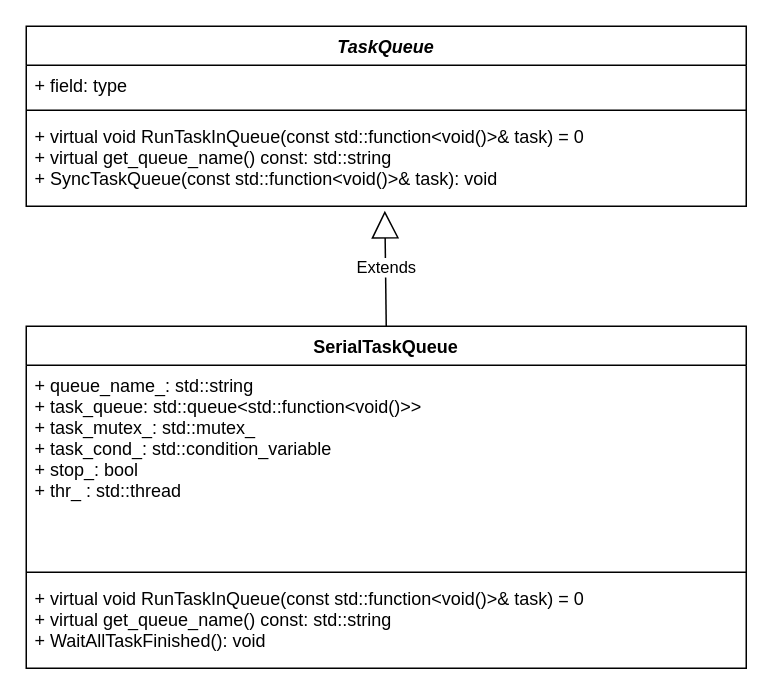
This is img/TaskQueue.drawio from zll600/water, a draw.io file, before an edit. Source tidied: cells renumbered, new cells numbered last; positions are measured from the earlier drawing's top-left corner, leaving out a move shared by most shapes. Both pictures are drawn from the tidied source at 150%, with x=0, y=0 at pixel (26, 26).
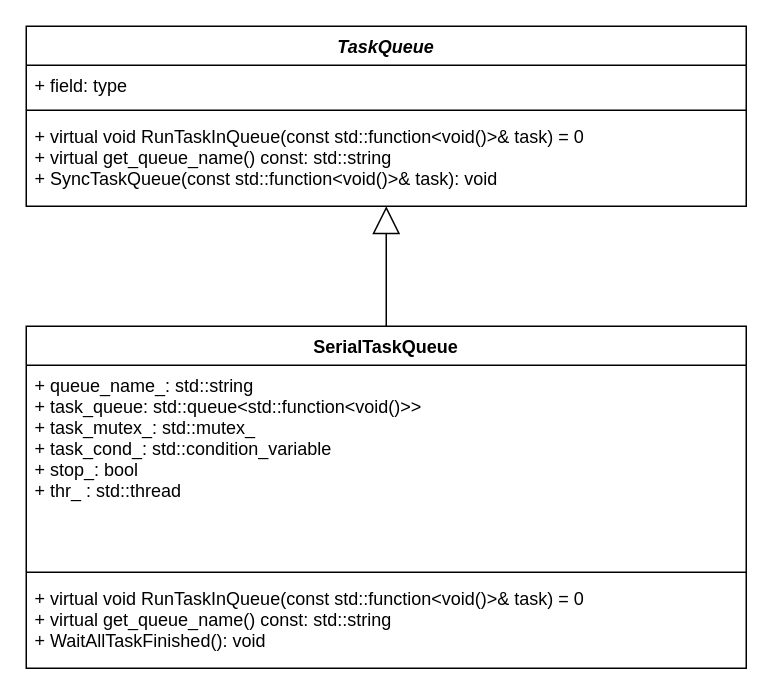
After the change.

The edit, as a diff of the source:
```diff
@@
 <mxGraphModel>
   <root>
     <mxCell id="0" />
     <mxCell id="1" parent="0" />
     <mxCell id="2" value="TaskQueue" style="swimlane;fontStyle=3;align=center;verticalAlign=top;horizontal=1;startSize=26;" parent="1" vertex="1">
       <mxGeometry width="480" height="120" as="geometry" />
     </mxCell>
     <mxCell id="3" value="+ field: type" style="text;strokeColor=none;fillColor=none;align=left;verticalAlign=top;spacingLeft=4;spacingRight=4;overflow=hidden;" parent="2" vertex="1">
       <mxGeometry y="26" width="480" height="26" as="geometry" />
     </mxCell>
     <mxCell id="4" style="line;strokeWidth=1;fillColor=none;align=left;verticalAlign=middle;spacingTop=-1;spacingLeft=3;spacingRight=3;labelPosition=right;" parent="2" vertex="1">
       <mxGeometry y="52" width="480" height="8" as="geometry" />
     </mxCell>
     <mxCell id="5" value="+ virtual void RunTaskInQueue(const std::function&lt;void()&gt;&amp; task) = 0&#10;+ virtual get_queue_name() const: std::string&#10;+ SyncTaskQueue(const std::function&lt;void()&gt;&amp; task): void&#10;" style="text;strokeColor=none;fillColor=none;align=left;verticalAlign=top;spacingLeft=4;spacingRight=4;overflow=hidden;points=[[0,0.5],[1,0.5]];portConstraint=eastwest;" parent="2" vertex="1">
       <mxGeometry y="60" width="480" height="60" as="geometry" />
     </mxCell>
     <mxCell id="6" value="SerialTaskQueue" style="swimlane;fontStyle=1;align=center;verticalAlign=top;horizontal=1;startSize=26;" parent="1" vertex="1">
       <mxGeometry y="200" width="480" height="228" as="geometry" />
     </mxCell>
     <mxCell id="7" value="+ queue_name_: std::string&#10;+ task_queue: std::queue&lt;std::function&lt;void()&gt;&gt;&#10;+ task_mutex_: std::mutex_&#10;+ task_cond_: std::condition_variable&#10;+ stop_: bool&#10;+ thr_ : std::thread&#10;" style="text;strokeColor=none;fillColor=none;align=left;verticalAlign=top;spacingLeft=4;spacingRight=4;overflow=hidden;" parent="6" vertex="1">
       <mxGeometry y="26" width="480" height="134" as="geometry" />
     </mxCell>
     <mxCell id="8" style="line;strokeWidth=1;fillColor=none;align=left;verticalAlign=middle;spacingTop=-1;spacingLeft=3;spacingRight=3;labelPosition=right;" parent="6" vertex="1">
       <mxGeometry y="160" width="480" height="8" as="geometry" />
     </mxCell>
     <mxCell id="9" value="+ virtual void RunTaskInQueue(const std::function&lt;void()&gt;&amp; task) = 0&#10;+ virtual get_queue_name() const: std::string&#10;+ WaitAllTaskFinished(): void" style="text;strokeColor=none;fillColor=none;align=left;verticalAlign=top;spacingLeft=4;spacingRight=4;overflow=hidden;" parent="6" vertex="1">
       <mxGeometry y="168" width="480" height="60" as="geometry" />
     </mxCell>
-    <mxCell id="10" value="Extends" style="endArrow=block;endSize=16;endFill=0;html=1;rounded=0;entryX=0.498;entryY=1.05;entryDx=0;entryDy=0;entryPerimeter=0;exitX=0.5;exitY=0;exitDx=0;exitDy=0;" parent="1" edge="1" source="6" target="5">
-      <mxGeometry relative="1" as="geometry" />
+    <mxCell id="10" style="endArrow=block;endSize=16;endFill=0;html=1;rounded=0;exitX=0.5;exitY=0;exitDx=0;exitDy=0;" parent="1" edge="1" source="6">
+      <mxGeometry relative="1" as="geometry">
+        <mxPoint x="240" y="120" as="targetPoint" />
+      </mxGeometry>
     </mxCell>
   </root>
 </mxGraphModel>
```
